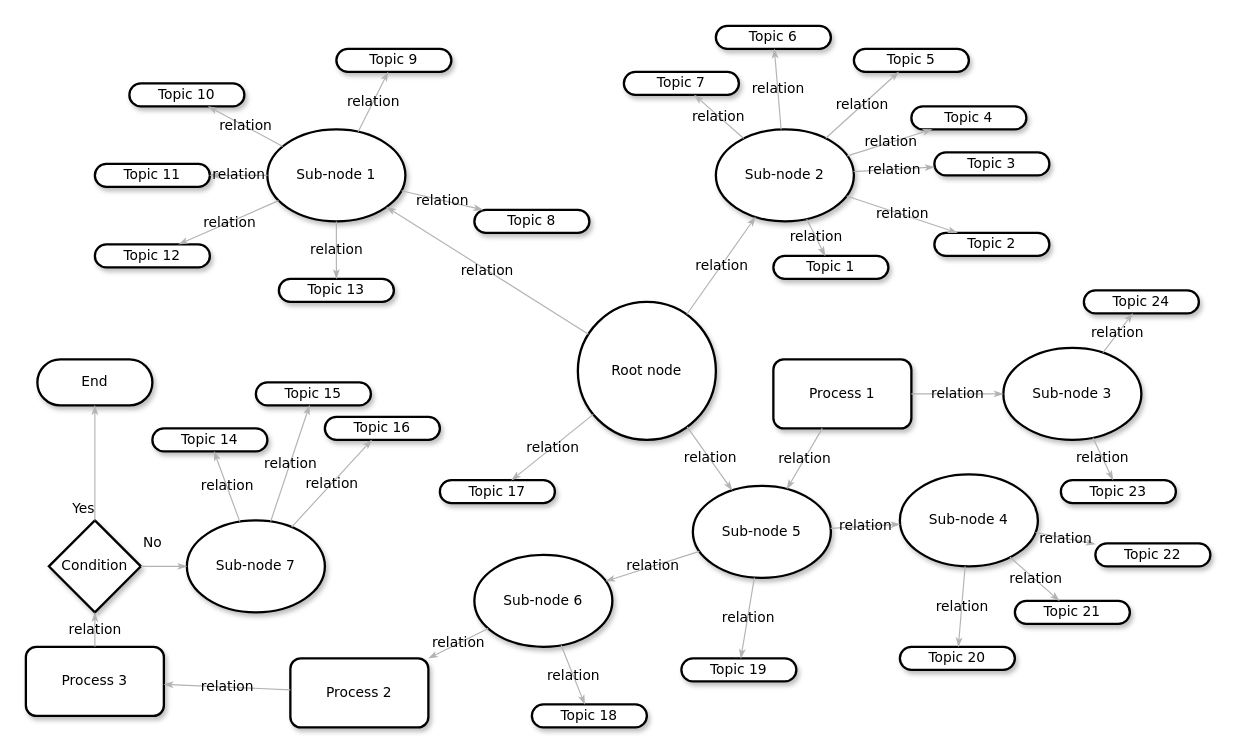
The draw.io diagram Doc/名称未設定ファイル.drawio in shiftrepo/OperationBreakingDawn, before the edit. Source tidied: cells renumbered, new cells numbered last; positions are measured from the earlier drawing's top-left corner, leaving out a move shared by most shapes. Both pictures are drawn from the tidied source at 115%, with x=0, y=0 at pixel (25, 25).
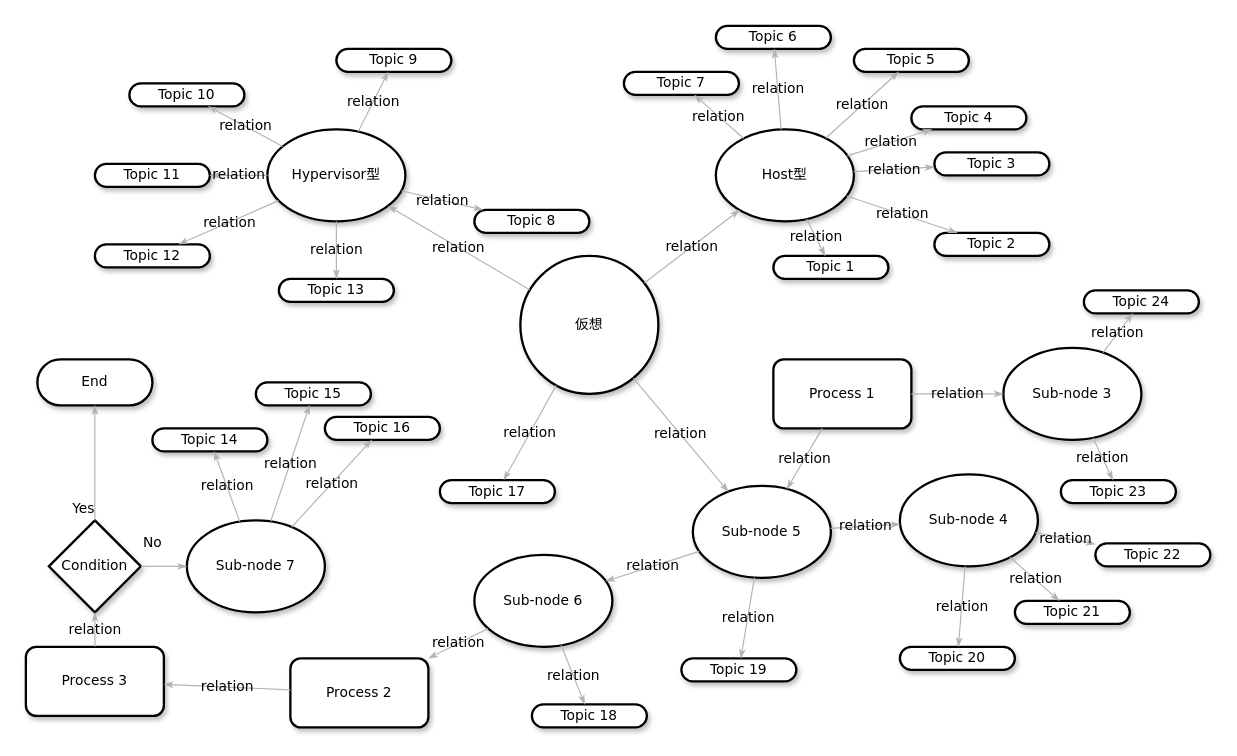
Above is the later version.

Commit message:
名称未設定ファイル.drawio を更新します

The edit, as a diff of the source:
```diff
@@
-    <mxCell id="3" value="Sub-node 1" style="ellipse;whiteSpace=wrap;html=1;rounded=1;shadow=1;comic=0;labelBackgroundColor=none;strokeColor=#000000;strokeWidth=2;fillColor=#FFFFFF;fontFamily=Verdana;fontSize=12;fontColor=#000000;align=center;" parent="1" vertex="1">
+    <mxCell id="3" value="Hypervisor型" style="ellipse;whiteSpace=wrap;html=1;rounded=1;shadow=1;comic=0;labelBackgroundColor=none;strokeColor=#000000;strokeWidth=2;fillColor=#FFFFFF;fontFamily=Verdana;fontSize=12;fontColor=#000000;align=center;" parent="1" vertex="1">
       <mxGeometry x="210" y="90" width="120" height="80" as="geometry" />
     </mxCell>
-    <mxCell id="4" value="&lt;span&gt;Sub-node 2&lt;/span&gt;" style="ellipse;whiteSpace=wrap;html=1;rounded=1;shadow=1;comic=0;labelBackgroundColor=none;strokeColor=#000000;strokeWidth=2;fillColor=#FFFFFF;fontFamily=Verdana;fontSize=12;fontColor=#000000;align=center;" parent="1" vertex="1">
+    <mxCell id="4" value="Host型" style="ellipse;whiteSpace=wrap;html=1;rounded=1;shadow=1;comic=0;labelBackgroundColor=none;strokeColor=#000000;strokeWidth=2;fillColor=#FFFFFF;fontFamily=Verdana;fontSize=12;fontColor=#000000;align=center;" parent="1" vertex="1">
       <mxGeometry x="600" y="90" width="120" height="80" as="geometry" />
     </mxCell>
-    <mxCell id="5" value="Root node" style="ellipse;whiteSpace=wrap;html=1;rounded=1;shadow=1;comic=0;labelBackgroundColor=none;strokeColor=#000000;strokeWidth=2;fillColor=#FFFFFF;fontFamily=Verdana;fontSize=12;fontColor=#000000;align=center;" parent="1" vertex="1">
-      <mxGeometry x="480" y="240" width="120" height="120" as="geometry" />
+    <mxCell id="5" value="仮想" style="ellipse;whiteSpace=wrap;html=1;rounded=1;shadow=1;comic=0;labelBackgroundColor=none;strokeColor=#000000;strokeWidth=2;fillColor=#FFFFFF;fontFamily=Verdana;fontSize=12;fontColor=#000000;align=center;" parent="1" vertex="1">
+      <mxGeometry x="430" y="200" width="120" height="120" as="geometry" />
     </mxCell>
```
